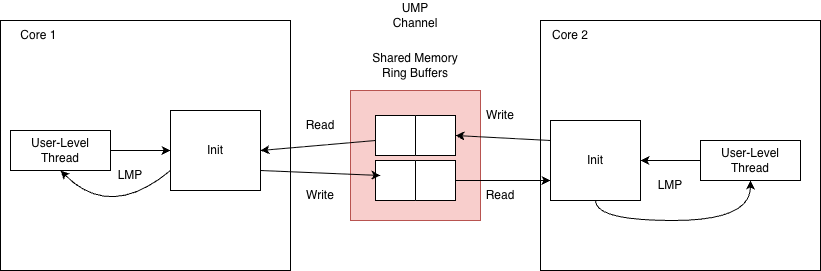
shanenelson1117/OS_capstone_report keeps this draw.io diagram as images/m6.png. Above is the earlier version. Source tidied: cells renumbered, new cells last; positions are measured from the earlier drawing's top-left corner, leaving out a move shared by most shapes.
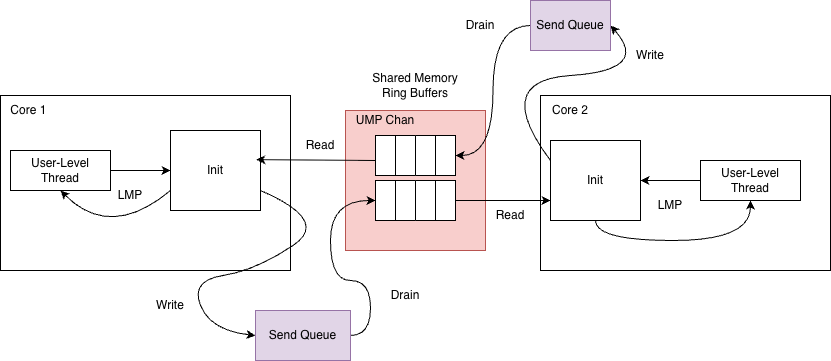
Later version of the same file.

Diff of the diagram source:
```diff
@@ -2,12 +2,12 @@
   <root>
     <mxCell id="0" />
     <mxCell id="1" parent="0" />
+    <mxCell id="29" style="verticalLabelPosition=bottom;verticalAlign=top;html=1;shape=mxgraph.basic.rect;fillColor2=none;strokeWidth=1;size=20;indent=5;" parent="1" vertex="1">
+      <mxGeometry y="75" width="290" height="175" as="geometry" />
+    </mxCell>
     <mxCell id="2" style="verticalLabelPosition=bottom;verticalAlign=top;html=1;shape=mxgraph.basic.rect;fillColor2=none;strokeWidth=1;size=20;indent=5;" parent="1" vertex="1">
-      <mxGeometry x="540" y="20" width="280" height="250" as="geometry" />
+      <mxGeometry x="540" y="75" width="290" height="175" as="geometry" />
     </mxCell>
-    <mxCell id="3" style="verticalLabelPosition=bottom;verticalAlign=top;html=1;shape=mxgraph.basic.rect;fillColor2=none;strokeWidth=1;size=20;indent=5;" parent="1" vertex="1">
-      <mxGeometry y="20" width="290" height="250" as="geometry" />
-    </mxCell>
     <mxCell id="4" value="Init" style="rounded=0;whiteSpace=wrap;html=1;" parent="1" vertex="1">
       <mxGeometry x="170" y="110" width="90" height="80" as="geometry" />
     </mxCell>
@@ -18,10 +18,10 @@
       <mxGeometry x="10" y="130" width="100" height="40" as="geometry" />
     </mxCell>
     <mxCell id="7" value="Core 1&amp;nbsp;" style="text;html=1;whiteSpace=wrap;strokeColor=none;fillColor=none;align=center;verticalAlign=middle;rounded=0;" parent="1" vertex="1">
-      <mxGeometry x="10" y="20" width="60" height="30" as="geometry" />
+      <mxGeometry y="75" width="60" height="30" as="geometry" />
     </mxCell>
     <mxCell id="8" value="Core 2" style="text;html=1;whiteSpace=wrap;strokeColor=none;fillColor=none;align=center;verticalAlign=middle;rounded=0;" parent="1" vertex="1">
-      <mxGeometry x="540" y="20" width="60" height="30" as="geometry" />
+      <mxGeometry x="540" y="75" width="60" height="30" as="geometry" />
     </mxCell>
     <mxCell id="9" style="edgeStyle=orthogonalEdgeStyle;rounded=0;jettySize=auto;html=1;exitX=0.5;exitY=1;exitDx=0;exitDy=0;entryX=0.5;entryY=1;entryDx=0;entryDy=0;curved=1;" parent="1" edge="1" source="10" target="25">
       <mxGeometry relative="1" as="geometry" />
@@ -43,7 +43,7 @@
       <mxGeometry x="360" y="50" width="110" height="30" as="geometry" />
     </mxCell>
     <mxCell id="14" style="whiteSpace=wrap;html=1;fillColor=#f8cecc;strokeColor=#b85450;" parent="1" vertex="1">
-      <mxGeometry x="350" y="90" width="130" height="130" as="geometry" />
+      <mxGeometry x="345" y="90" width="140" height="140" as="geometry" />
     </mxCell>
     <mxCell id="15" style="swimlane;fontStyle=0;horizontal=1;startSize=40;swimlaneFillColor=#ffffff;direction=south;" parent="1" vertex="1">
       <mxGeometry x="375" y="115" width="80" height="40" as="geometry" />
@@ -55,26 +55,31 @@
       <mxGeometry relative="1" as="geometry" />
     </mxCell>
     <mxCell id="18" value="Read" style="text;html=1;whiteSpace=wrap;strokeColor=none;fillColor=none;align=center;verticalAlign=middle;rounded=0;" parent="1" vertex="1">
-      <mxGeometry x="470" y="180" width="60" height="30" as="geometry" />
+      <mxGeometry x="480" y="180" width="60" height="30" as="geometry" />
     </mxCell>
     <mxCell id="19" value="Write" style="text;html=1;whiteSpace=wrap;strokeColor=none;fillColor=none;align=center;verticalAlign=middle;rounded=0;" parent="1" vertex="1">
-      <mxGeometry x="470" y="100" width="60" height="30" as="geometry" />
+      <mxGeometry x="620" y="20" width="60" height="30" as="geometry" />
     </mxCell>
-    <mxCell id="20" style="endArrow=classic;html=1;rounded=0;exitX=0.5;exitY=1;exitDx=0;exitDy=0;entryX=1;entryY=0.5;entryDx=0;entryDy=0;" parent="1" edge="1" target="4">
+    <mxCell id="20" style="endArrow=classic;html=1;rounded=0;exitX=0.5;exitY=1;exitDx=0;exitDy=0;entryX=0.953;entryY=0.364;entryDx=0;entryDy=0;entryPerimeter=0;" parent="1" edge="1" target="4">
       <mxGeometry relative="1" as="geometry">
         <mxPoint x="375" y="140" as="sourcePoint" />
       </mxGeometry>
     </mxCell>
-    <mxCell id="21" style="endArrow=classic;html=1;rounded=0;exitX=1;exitY=0.75;exitDx=0;exitDy=0;" parent="1" edge="1" source="4">
+    <mxCell id="21" style="endArrow=classic;html=1;rounded=0;exitX=1;exitY=0.75;exitDx=0;exitDy=0;entryX=0;entryY=0.5;entryDx=0;entryDy=0;curved=1;" parent="1" edge="1" source="4" target="31">
       <mxGeometry relative="1" as="geometry">
-        <mxPoint x="380" y="175" as="targetPoint" />
+        <Array as="points">
+          <mxPoint x="330" y="200" />
+          <mxPoint x="255" y="250" />
+          <mxPoint x="190" y="260" />
+          <mxPoint x="210" y="310" />
+        </Array>
       </mxGeometry>
     </mxCell>
     <mxCell id="22" value="Read" style="text;html=1;whiteSpace=wrap;strokeColor=none;fillColor=none;align=center;verticalAlign=middle;rounded=0;" parent="1" vertex="1">
       <mxGeometry x="290" y="110" width="60" height="30" as="geometry" />
     </mxCell>
     <mxCell id="23" value="Write" style="text;html=1;whiteSpace=wrap;strokeColor=none;fillColor=none;align=center;verticalAlign=middle;rounded=0;" parent="1" vertex="1">
-      <mxGeometry x="290" y="180" width="60" height="30" as="geometry" />
+      <mxGeometry x="140" y="270" width="60" height="30" as="geometry" />
     </mxCell>
     <mxCell id="24" style="edgeStyle=orthogonalEdgeStyle;rounded=0;jettySize=auto;html=1;exitX=0;exitY=0.5;exitDx=0;exitDy=0;entryX=1;entryY=0.5;entryDx=0;entryDy=0;" parent="1" edge="1" source="25" target="10">
       <mxGeometry relative="1" as="geometry" />
@@ -85,11 +90,53 @@
     <mxCell id="26" value="LMP" style="text;html=1;whiteSpace=wrap;strokeColor=none;fillColor=none;align=center;verticalAlign=middle;rounded=0;" parent="1" vertex="1">
       <mxGeometry x="640" y="170" width="60" height="30" as="geometry" />
     </mxCell>
-    <mxCell id="27" value="UMP Channel" style="text;html=1;whiteSpace=wrap;strokeColor=none;fillColor=none;align=center;verticalAlign=middle;rounded=0;" parent="1" vertex="1">
-      <mxGeometry x="385" width="60" height="30" as="geometry" />
-    </mxCell>
-    <mxCell id="28" style="endArrow=classic;html=1;rounded=0;entryX=0.5;entryY=0;entryDx=0;entryDy=0;exitX=0;exitY=0.25;exitDx=0;exitDy=0;" parent="1" edge="1" source="10" target="15">
-      <mxGeometry relative="1" as="geometry" />
+    <mxCell id="28" style="endArrow=classic;html=1;rounded=0;entryX=1;entryY=0.5;entryDx=0;entryDy=0;exitX=0;exitY=0.25;exitDx=0;exitDy=0;curved=1;" parent="1" edge="1" source="10" target="34">
+      <mxGeometry relative="1" as="geometry">
+        <Array as="points">
+          <mxPoint x="490" y="60" />
+          <mxPoint x="650" y="50" />
+        </Array>
+      </mxGeometry>
     </mxCell>
+    <mxCell id="30" style="edgeStyle=orthogonalEdgeStyle;rounded=0;jettySize=auto;html=1;exitX=1;exitY=0.5;exitDx=0;exitDy=0;entryX=0.5;entryY=1;entryDx=0;entryDy=0;curved=1;" parent="1" edge="1" source="31" target="16">
+      <mxGeometry relative="1" as="geometry">
+        <Array as="points">
+          <mxPoint x="370" y="315" />
+          <mxPoint x="370" y="260" />
+          <mxPoint x="330" y="260" />
+          <mxPoint x="330" y="180" />
+        </Array>
+      </mxGeometry>
+    </mxCell>
+    <mxCell id="31" value="Send Queue" style="rounded=0;whiteSpace=wrap;html=1;fillColor=#e1d5e7;strokeColor=#9673a6;" parent="1" vertex="1">
+      <mxGeometry x="255" y="290" width="95" height="50" as="geometry" />
+    </mxCell>
+    <mxCell id="32" value="Drain" style="text;html=1;whiteSpace=wrap;strokeColor=none;fillColor=none;align=center;verticalAlign=middle;rounded=0;" parent="1" vertex="1">
+      <mxGeometry x="375" y="260" width="60" height="30" as="geometry" />
+    </mxCell>
+    <mxCell id="33" style="edgeStyle=orthogonalEdgeStyle;rounded=0;jettySize=auto;html=1;exitX=0;exitY=0.5;exitDx=0;exitDy=0;entryX=0.5;entryY=0;entryDx=0;entryDy=0;curved=1;" parent="1" edge="1" source="34" target="15">
+      <mxGeometry relative="1" as="geometry" />
+    </mxCell>
+    <mxCell id="34" value="Send Queue" style="rounded=0;whiteSpace=wrap;html=1;fillColor=#e1d5e7;strokeColor=#9673a6;" parent="1" vertex="1">
+      <mxGeometry x="530" y="-20" width="80" height="50" as="geometry" />
+    </mxCell>
+    <mxCell id="35" value="Drain" style="text;html=1;whiteSpace=wrap;strokeColor=none;fillColor=none;align=center;verticalAlign=middle;rounded=0;" parent="1" vertex="1">
+      <mxGeometry x="450" y="-10" width="60" height="30" as="geometry" />
+    </mxCell>
+    <mxCell id="36" value="UMP Chan" style="text;html=1;whiteSpace=wrap;strokeColor=none;fillColor=none;align=center;verticalAlign=middle;rounded=0;" parent="1" vertex="1">
+      <mxGeometry x="345" y="85" width="80" height="30" as="geometry" />
+    </mxCell>
+    <mxCell id="37" style="endArrow=none;html=1;rounded=0;entryX=0;entryY=0.75;entryDx=0;entryDy=0;exitX=1;exitY=0.75;exitDx=0;exitDy=0;" parent="1" edge="1" source="15" target="15">
+      <mxGeometry relative="1" as="geometry" />
+    </mxCell>
+    <mxCell id="38" style="endArrow=none;html=1;rounded=0;entryX=0;entryY=0.25;entryDx=0;entryDy=0;exitX=1;exitY=0.25;exitDx=0;exitDy=0;" parent="1" edge="1" source="15" target="15">
+      <mxGeometry relative="1" as="geometry" />
+    </mxCell>
+    <mxCell id="39" style="endArrow=none;html=1;rounded=0;entryX=0;entryY=0.75;entryDx=0;entryDy=0;exitX=1;exitY=0.75;exitDx=0;exitDy=0;" parent="1" edge="1" source="16" target="16">
+      <mxGeometry relative="1" as="geometry" />
+    </mxCell>
+    <mxCell id="40" style="endArrow=none;html=1;rounded=0;entryX=0;entryY=0.25;entryDx=0;entryDy=0;exitX=1;exitY=0.25;exitDx=0;exitDy=0;" parent="1" edge="1" source="16" target="16">
+      <mxGeometry relative="1" as="geometry" />
+    </mxCell>
   </root>
 </mxGraphModel>
```
